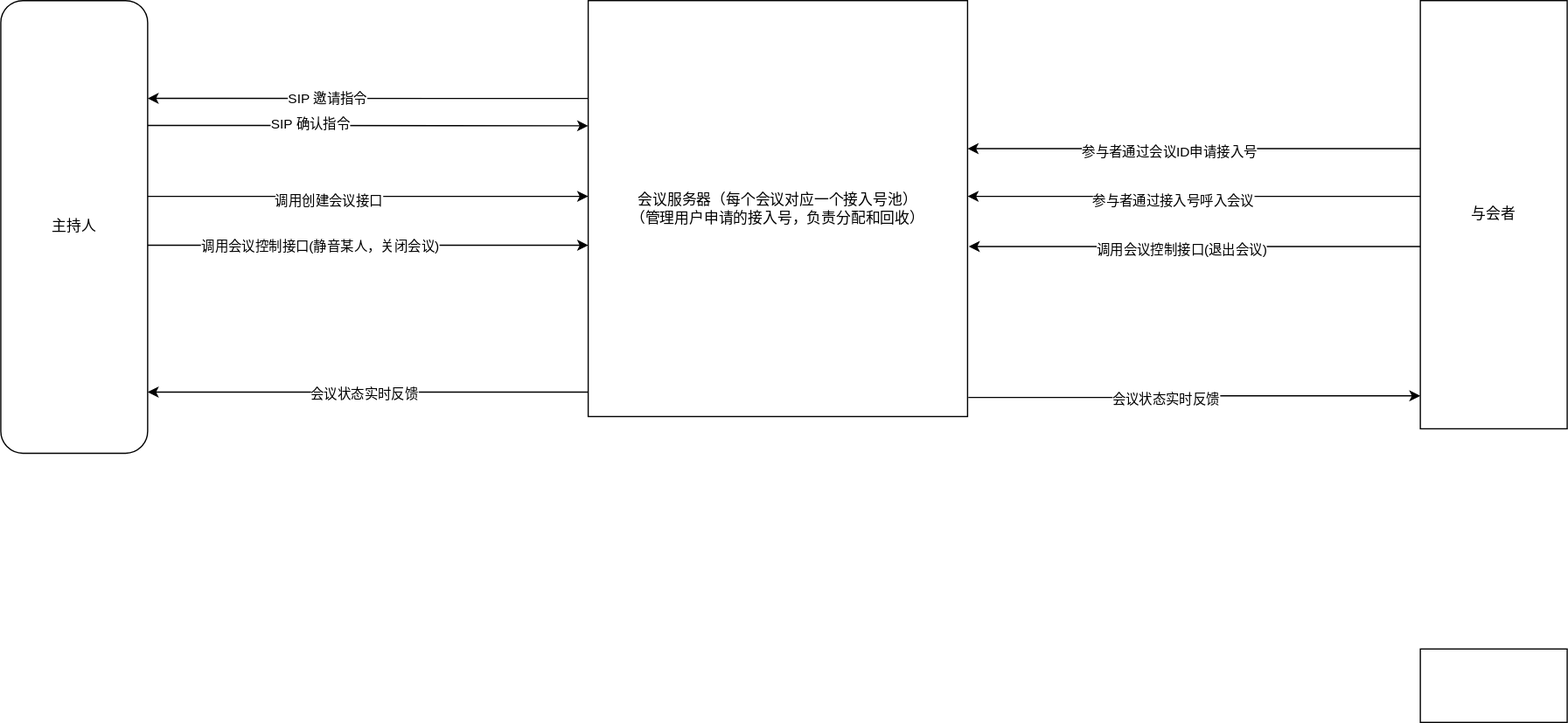
The draw.io diagram Untitled Diagram.drawio.svg in westice007/test0, before a commit. Source tidied: cells renumbered, new cells last; positions are measured from the earlier drawing's top-left corner, leaving out a move shared by most shapes.
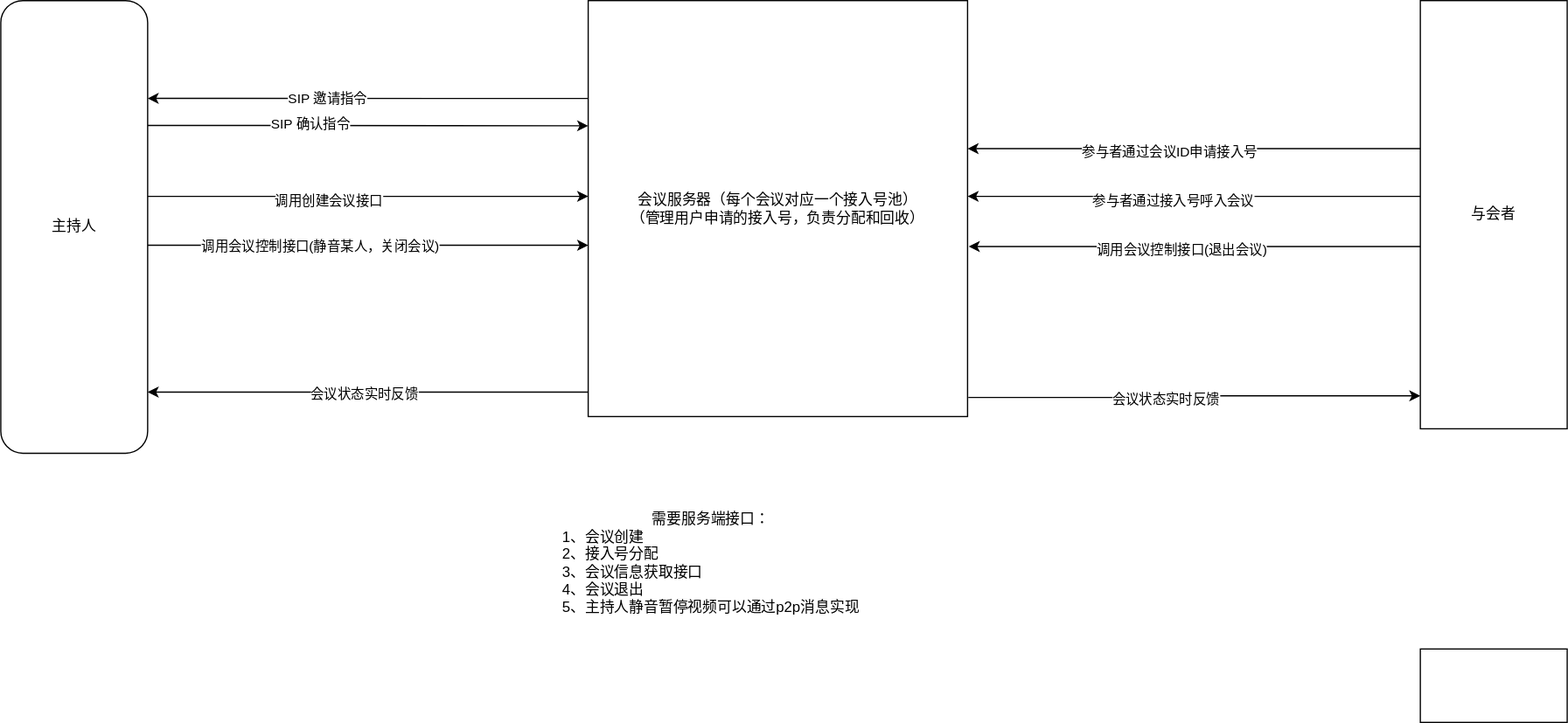
Later version of the same file.

What changed in the source:
```diff
@@ -118,5 +118,8 @@
     <mxCell id="24" style="rounded=0;whiteSpace=wrap;html=1;" parent="1" vertex="1">
       <mxGeometry x="1160" y="530" width="120" height="60" as="geometry" />
     </mxCell>
+    <mxCell id="25" value="需要服务端接口：&lt;br&gt;&lt;div style=&quot;text-align: left;&quot;&gt;&lt;span style=&quot;background-color: initial;&quot;&gt;1、会议创建&lt;/span&gt;&lt;/div&gt;&lt;div style=&quot;text-align: left;&quot;&gt;&lt;span style=&quot;background-color: initial;&quot;&gt;2、接入号分配&lt;/span&gt;&lt;/div&gt;&lt;div style=&quot;text-align: left;&quot;&gt;&lt;span style=&quot;background-color: initial;&quot;&gt;3、会议信息获取接口&lt;/span&gt;&lt;/div&gt;&lt;div style=&quot;text-align: left;&quot;&gt;&lt;span style=&quot;background-color: initial;&quot;&gt;4、会议退出&lt;/span&gt;&lt;/div&gt;&lt;div style=&quot;text-align: left;&quot;&gt;&lt;span style=&quot;background-color: initial;&quot;&gt;5、主持人静音暂停视频可以通过p2p消息实现&lt;/span&gt;&lt;/div&gt;" style="text;html=1;align=center;verticalAlign=middle;strokeColor=none;fillColor=none;" parent="1" vertex="1">
+      <mxGeometry x="445" y="410" width="270" height="100" as="geometry" />
+    </mxCell>
   </root>
 </mxGraphModel>
```
